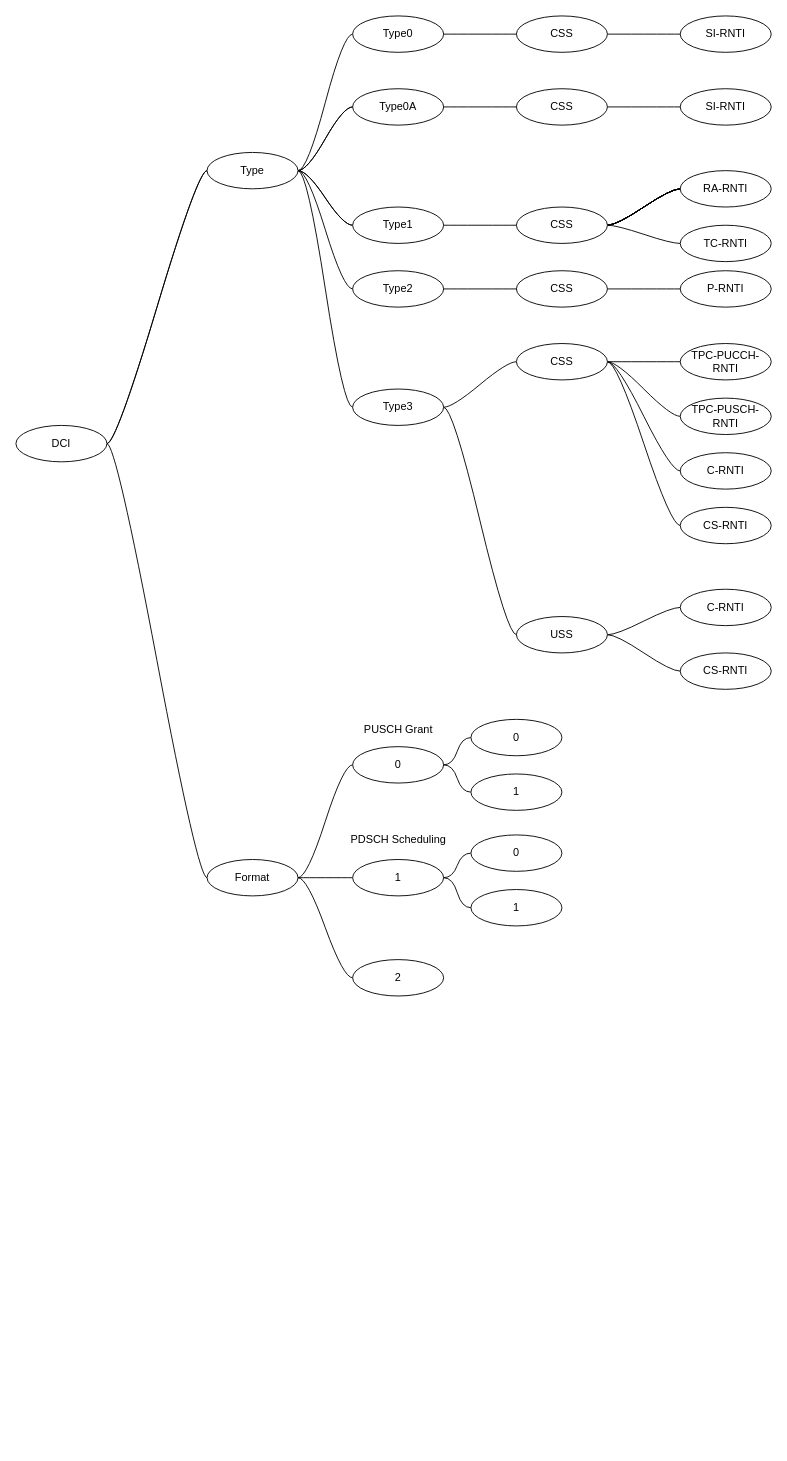
wubobupt/drawio keeps this draw.io diagram as page "DCI" (9 of 15) of 1.drawio. Above is the earlier version. Source tidied: cells renumbered, new cells numbered last; positions are measured from the earlier drawing's top-left corner, leaving out a move shared by most shapes. Both pictures are drawn from the tidied source at 91%, with x=0, y=0 at pixel (15, 15).
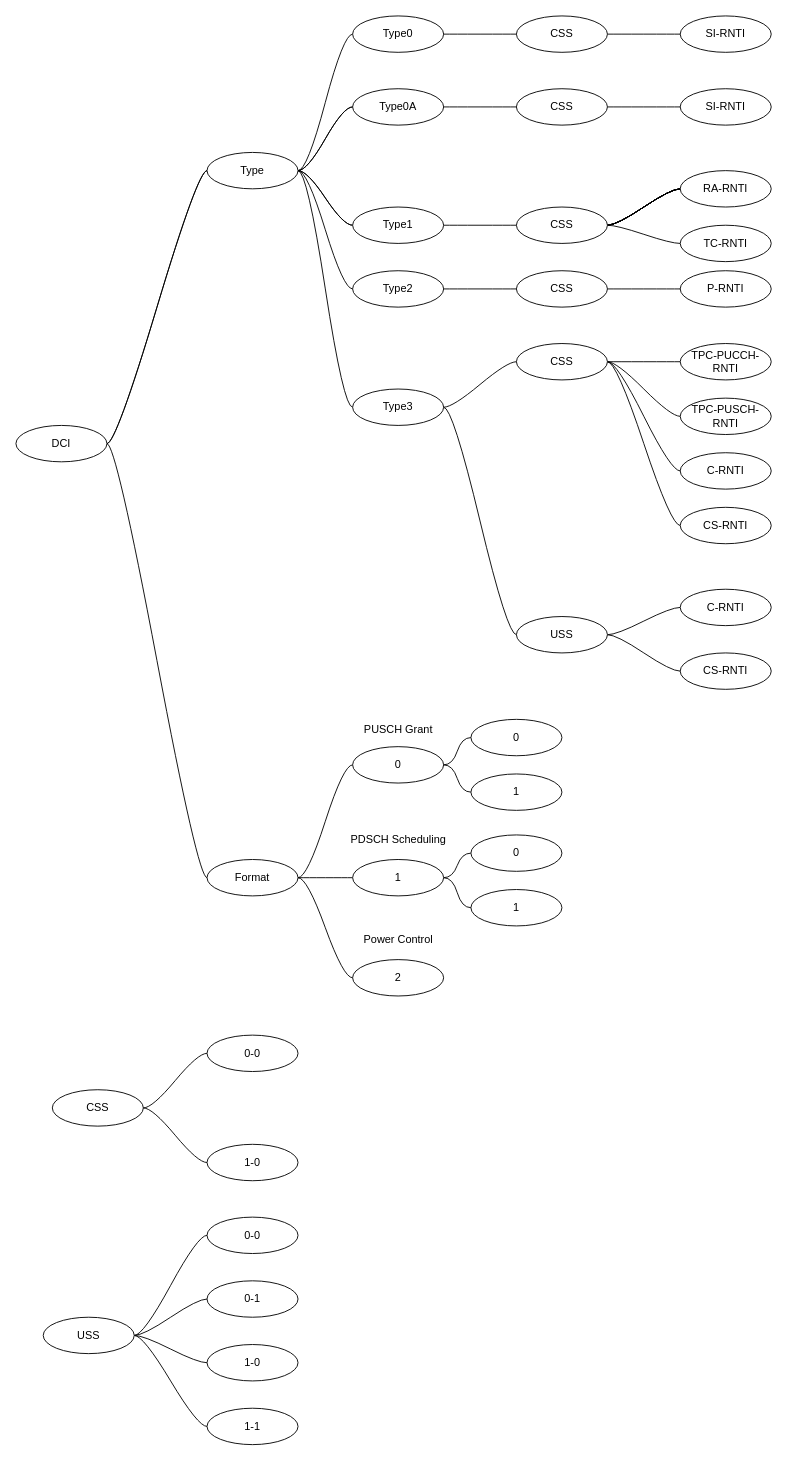
The same diagram, later.

Diff of the diagram source:
```diff
@@
+    <mxCell id="77" style="edgeStyle=entityRelationEdgeStyle;rounded=0;jettySize=auto;html=1;startArrow=none;endArrow=none;segment=10;curved=1;sourcePerimeterSpacing=0;targetPerimeterSpacing=0;" parent="1" edge="1" source="79" target="80">
+      <mxGeometry relative="1" as="geometry" />
+    </mxCell>
+    <mxCell id="78" style="edgeStyle=entityRelationEdgeStyle;rounded=0;jettySize=auto;html=1;startArrow=none;endArrow=none;segment=10;curved=1;sourcePerimeterSpacing=0;targetPerimeterSpacing=0;" parent="1" edge="1" source="79" target="81">
+      <mxGeometry relative="1" as="geometry" />
+    </mxCell>
+    <mxCell id="79" value="CSS" style="ellipse;whiteSpace=wrap;html=1;align=center;newEdgeStyle={&quot;edgeStyle&quot;:&quot;entityRelationEdgeStyle&quot;,&quot;startArrow&quot;:&quot;none&quot;,&quot;endArrow&quot;:&quot;none&quot;,&quot;segment&quot;:10,&quot;curved&quot;:1,&quot;sourcePerimeterSpacing&quot;:0,&quot;targetPerimeterSpacing&quot;:0};" parent="1" vertex="1">
+      <mxGeometry x="40" y="1180" width="100" height="40" as="geometry" />
+    </mxCell>
+    <mxCell id="80" value="0-0" style="ellipse;whiteSpace=wrap;html=1;align=center;newEdgeStyle={&quot;edgeStyle&quot;:&quot;entityRelationEdgeStyle&quot;,&quot;startArrow&quot;:&quot;none&quot;,&quot;endArrow&quot;:&quot;none&quot;,&quot;segment&quot;:10,&quot;curved&quot;:1,&quot;sourcePerimeterSpacing&quot;:0,&quot;targetPerimeterSpacing&quot;:0};" parent="1" vertex="1">
+      <mxGeometry x="210" y="1120" width="100" height="40" as="geometry" />
+    </mxCell>
+    <mxCell id="81" value="1-0" style="ellipse;whiteSpace=wrap;html=1;align=center;newEdgeStyle={&quot;edgeStyle&quot;:&quot;entityRelationEdgeStyle&quot;,&quot;startArrow&quot;:&quot;none&quot;,&quot;endArrow&quot;:&quot;none&quot;,&quot;segment&quot;:10,&quot;curved&quot;:1,&quot;sourcePerimeterSpacing&quot;:0,&quot;targetPerimeterSpacing&quot;:0};" parent="1" vertex="1">
+      <mxGeometry x="210" y="1240" width="100" height="40" as="geometry" />
+    </mxCell>
+    <mxCell id="82" style="edgeStyle=entityRelationEdgeStyle;rounded=0;jettySize=auto;html=1;startArrow=none;endArrow=none;segment=10;curved=1;sourcePerimeterSpacing=0;targetPerimeterSpacing=0;" parent="1" edge="1" source="86" target="87">
+      <mxGeometry relative="1" as="geometry" />
+    </mxCell>
+    <mxCell id="83" style="edgeStyle=entityRelationEdgeStyle;rounded=0;jettySize=auto;html=1;startArrow=none;endArrow=none;segment=10;curved=1;sourcePerimeterSpacing=0;targetPerimeterSpacing=0;" parent="1" edge="1" source="86" target="88">
+      <mxGeometry relative="1" as="geometry" />
+    </mxCell>
+    <mxCell id="84" style="edgeStyle=entityRelationEdgeStyle;rounded=0;jettySize=auto;html=1;startArrow=none;endArrow=none;segment=10;curved=1;sourcePerimeterSpacing=0;targetPerimeterSpacing=0;" parent="1" edge="1" source="86" target="89">
+      <mxGeometry relative="1" as="geometry" />
+    </mxCell>
+    <mxCell id="85" style="edgeStyle=entityRelationEdgeStyle;rounded=0;jettySize=auto;html=1;startArrow=none;endArrow=none;segment=10;curved=1;sourcePerimeterSpacing=0;targetPerimeterSpacing=0;" parent="1" edge="1" source="86" target="90">
+      <mxGeometry relative="1" as="geometry" />
+    </mxCell>
+    <mxCell id="86" value="USS" style="ellipse;whiteSpace=wrap;html=1;align=center;newEdgeStyle={&quot;edgeStyle&quot;:&quot;entityRelationEdgeStyle&quot;,&quot;startArrow&quot;:&quot;none&quot;,&quot;endArrow&quot;:&quot;none&quot;,&quot;segment&quot;:10,&quot;curved&quot;:1,&quot;sourcePerimeterSpacing&quot;:0,&quot;targetPerimeterSpacing&quot;:0};" parent="1" vertex="1">
+      <mxGeometry x="30" y="1430" width="100" height="40" as="geometry" />
+    </mxCell>
+    <mxCell id="87" value="0-0" style="ellipse;whiteSpace=wrap;html=1;align=center;newEdgeStyle={&quot;edgeStyle&quot;:&quot;entityRelationEdgeStyle&quot;,&quot;startArrow&quot;:&quot;none&quot;,&quot;endArrow&quot;:&quot;none&quot;,&quot;segment&quot;:10,&quot;curved&quot;:1,&quot;sourcePerimeterSpacing&quot;:0,&quot;targetPerimeterSpacing&quot;:0};" parent="1" vertex="1">
+      <mxGeometry x="210" y="1320" width="100" height="40" as="geometry" />
+    </mxCell>
+    <mxCell id="88" value="0-1" style="ellipse;whiteSpace=wrap;html=1;align=center;newEdgeStyle={&quot;edgeStyle&quot;:&quot;entityRelationEdgeStyle&quot;,&quot;startArrow&quot;:&quot;none&quot;,&quot;endArrow&quot;:&quot;none&quot;,&quot;segment&quot;:10,&quot;curved&quot;:1,&quot;sourcePerimeterSpacing&quot;:0,&quot;targetPerimeterSpacing&quot;:0};" parent="1" vertex="1">
+      <mxGeometry x="210" y="1390" width="100" height="40" as="geometry" />
+    </mxCell>
+    <mxCell id="89" value="1-0" style="ellipse;whiteSpace=wrap;html=1;align=center;newEdgeStyle={&quot;edgeStyle&quot;:&quot;entityRelationEdgeStyle&quot;,&quot;startArrow&quot;:&quot;none&quot;,&quot;endArrow&quot;:&quot;none&quot;,&quot;segment&quot;:10,&quot;curved&quot;:1,&quot;sourcePerimeterSpacing&quot;:0,&quot;targetPerimeterSpacing&quot;:0};" parent="1" vertex="1">
+      <mxGeometry x="210" y="1460" width="100" height="40" as="geometry" />
+    </mxCell>
+    <mxCell id="90" value="1-1" style="ellipse;whiteSpace=wrap;html=1;align=center;newEdgeStyle={&quot;edgeStyle&quot;:&quot;entityRelationEdgeStyle&quot;,&quot;startArrow&quot;:&quot;none&quot;,&quot;endArrow&quot;:&quot;none&quot;,&quot;segment&quot;:10,&quot;curved&quot;:1,&quot;sourcePerimeterSpacing&quot;:0,&quot;targetPerimeterSpacing&quot;:0};" parent="1" vertex="1">
+      <mxGeometry x="210" y="1530" width="100" height="40" as="geometry" />
+    </mxCell>
+    <mxCell id="91" value="Power Control" style="text;html=1;align=center;verticalAlign=middle;strokeColor=none;fillColor=none;" parent="1" vertex="1">
+      <mxGeometry x="370" y="1000" width="100" height="30" as="geometry" />
+    </mxCell>
```
